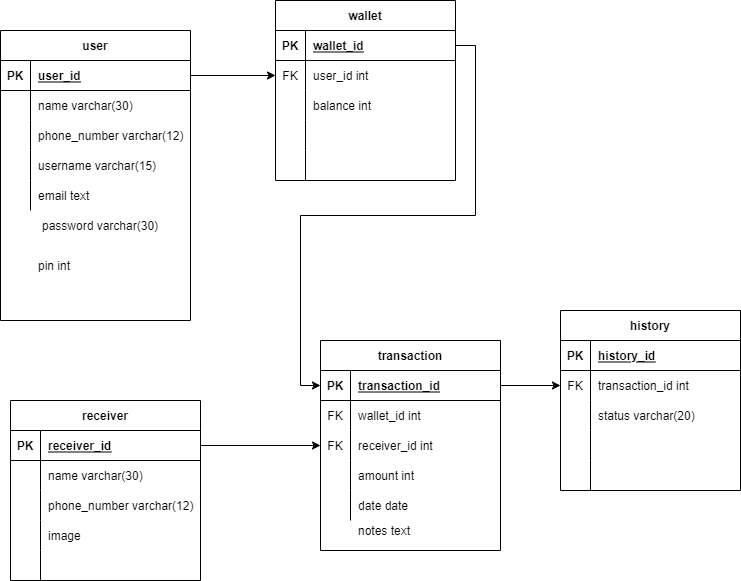
dindachyfr/database-mysql keeps this draw.io diagram as task_3.png. Above is the earlier version. Source tidied: cells renumbered, new cells last; positions are measured from the earlier drawing's top-left corner, leaving out a move shared by most shapes.
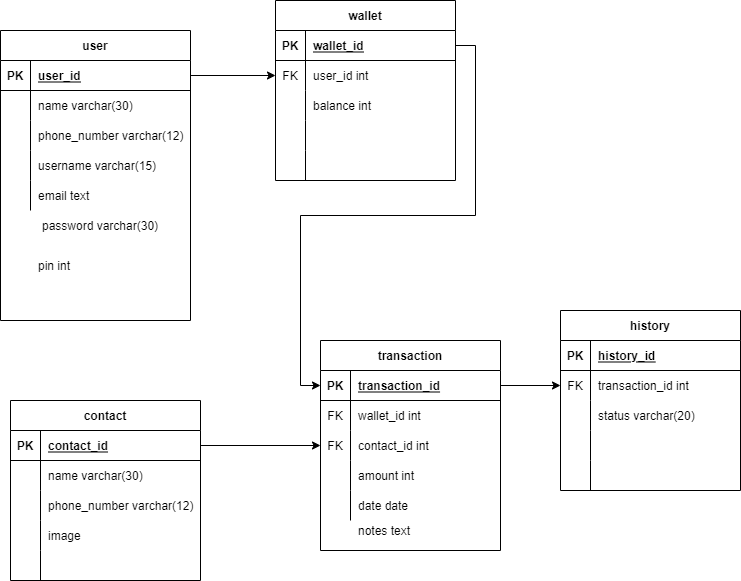
The same diagram one commit later.

Change to the diagram source:
```diff
@@ -194,7 +194,7 @@
     <mxCell id="65" value="FK" style="shape=partialRectangle;fillColor=none;top=0;left=0;bottom=0;right=0;overflow=hidden;" parent="64" vertex="1">
       <mxGeometry width="30" height="30" as="geometry" />
     </mxCell>
-    <mxCell id="66" value="receiver_id int" style="shape=partialRectangle;fillColor=none;top=0;left=0;bottom=0;right=0;align=left;spacingLeft=6;overflow=hidden;" parent="64" vertex="1">
+    <mxCell id="66" value="contact_id int" style="shape=partialRectangle;fillColor=none;top=0;left=0;bottom=0;right=0;align=left;spacingLeft=6;overflow=hidden;" parent="64" vertex="1">
       <mxGeometry x="30" width="150" height="30" as="geometry" />
     </mxCell>
     <mxCell id="67" style="shape=partialRectangle;fillColor=none;top=0;left=0;bottom=0;right=0;" parent="57" vertex="1">
@@ -230,7 +230,7 @@
     <mxCell id="77" style="shape=partialRectangle;fillColor=none;top=0;left=0;bottom=0;right=0;overflow=hidden;" parent="1" vertex="1">
       <mxGeometry x="275" y="545" width="30" height="30" as="geometry" />
     </mxCell>
-    <mxCell id="78" value="receiver" style="shape=table;startSize=30;rowLines=0;fontStyle=1;align=center;" parent="1" vertex="1">
+    <mxCell id="78" value="contact" style="shape=table;startSize=30;rowLines=0;fontStyle=1;align=center;" parent="1" vertex="1">
       <mxGeometry x="10" y="400" width="190" height="180" as="geometry" />
     </mxCell>
     <mxCell id="79" style="shape=partialRectangle;fillColor=none;top=0;left=0;bottom=1;right=0;points=[[0,0.5],[1,0.5]];portConstraint=eastwest;" parent="78" vertex="1">
@@ -239,7 +239,7 @@
     <mxCell id="80" value="PK" style="shape=partialRectangle;fillColor=none;top=0;left=0;bottom=0;right=0;fontStyle=1;overflow=hidden;" parent="79" vertex="1">
       <mxGeometry width="30" height="30" as="geometry" />
     </mxCell>
-    <mxCell id="81" value="receiver_id" style="shape=partialRectangle;fillColor=none;top=0;left=0;bottom=0;right=0;align=left;spacingLeft=6;fontStyle=5;overflow=hidden;" parent="79" vertex="1">
+    <mxCell id="81" value="contact_id" style="shape=partialRectangle;fillColor=none;top=0;left=0;bottom=0;right=0;align=left;spacingLeft=6;fontStyle=5;overflow=hidden;" parent="79" vertex="1">
       <mxGeometry x="30" width="160" height="30" as="geometry" />
     </mxCell>
     <mxCell id="82" style="shape=partialRectangle;fillColor=none;top=0;left=0;bottom=0;right=0;" parent="78" vertex="1">
```
